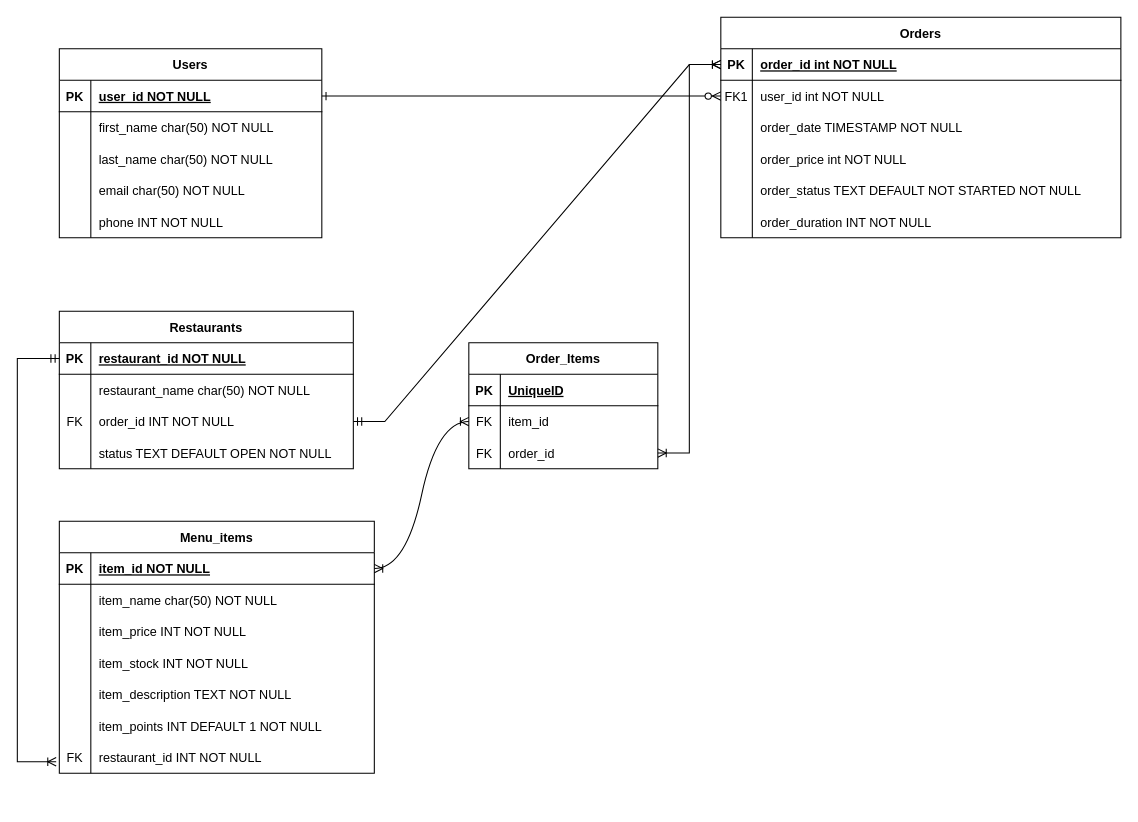
Earlier version of the draw.io diagram docs/ERD/Food-Pick-Up-ERD.drawio (nickidells97/Food-Pick-Up-App). Source tidied: cells renumbered, new cells numbered last; positions are measured from the earlier drawing's top-left corner, leaving out a move shared by most shapes. Both pictures are drawn from the tidied source at 105%, with x=0, y=0 at pixel (17, 17).
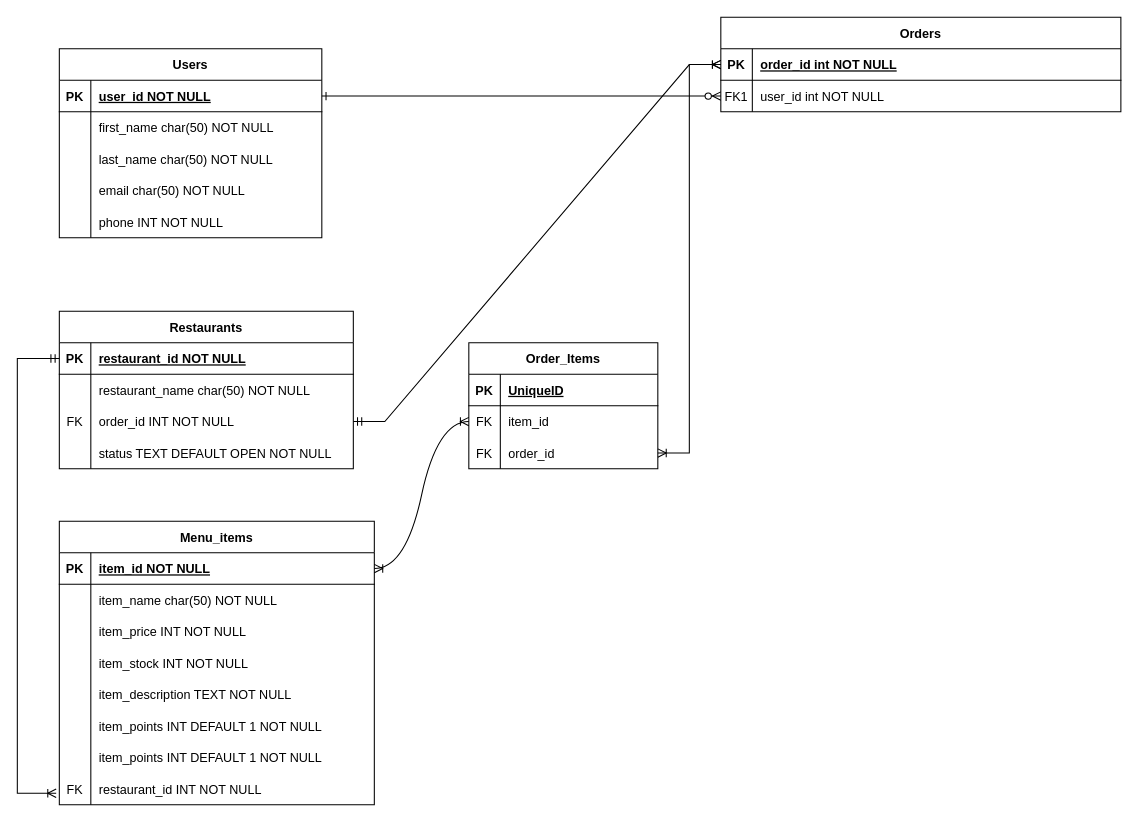
The same page after the edit.

Commit message (it also covers changes not shown here):
update schema for orders & ERD to match

Diff of the diagram source:
```diff
@@
     <mxCell id="3" value="Orders" style="shape=table;startSize=30;childLayout=tableLayout;rowLines=0;fontStyle=1;align=center;" parent="1" vertex="1">
-      <mxGeometry x="670" width="381" height="210" as="geometry" />
+      <mxGeometry x="670" width="381" height="90" as="geometry" />
     </mxCell>
@@
-    <mxCell id="10" style="shape=partialRectangle;fillColor=none;top=0;left=0;right=0;bottom=0;" parent="3" vertex="1">
-      <mxGeometry y="90" width="381" height="30" as="geometry" />
-    </mxCell>
-    <mxCell id="11" style="shape=partialRectangle;overflow=hidden;fillColor=none;top=0;left=0;bottom=0;right=0;" parent="10" vertex="1">
-      <mxGeometry width="30" height="30" as="geometry" />
-    </mxCell>
-    <mxCell id="12" value="order_date TIMESTAMP NOT NULL" style="shape=partialRectangle;overflow=hidden;fillColor=none;top=0;left=0;bottom=0;right=0;align=left;spacingLeft=6;" parent="10" vertex="1">
-      <mxGeometry x="30" width="351" height="30" as="geometry" />
-    </mxCell>
-    <mxCell id="13" style="shape=partialRectangle;fillColor=none;top=0;left=0;right=0;bottom=0;" parent="3" vertex="1">
-      <mxGeometry y="120" width="381" height="30" as="geometry" />
-    </mxCell>
-    <mxCell id="14" style="shape=partialRectangle;overflow=hidden;fillColor=none;top=0;left=0;bottom=0;right=0;" parent="13" vertex="1">
-      <mxGeometry width="30" height="30" as="geometry" />
-    </mxCell>
-    <mxCell id="15" value="order_price int NOT NULL" style="shape=partialRectangle;overflow=hidden;fillColor=none;top=0;left=0;bottom=0;right=0;align=left;spacingLeft=6;" parent="13" vertex="1">
-      <mxGeometry x="30" width="351" height="30" as="geometry" />
-    </mxCell>
-    <mxCell id="16" style="shape=partialRectangle;fillColor=none;top=0;left=0;right=0;bottom=0;" parent="3" vertex="1">
-      <mxGeometry y="150" width="381" height="30" as="geometry" />
-    </mxCell>
-    <mxCell id="17" style="shape=partialRectangle;overflow=hidden;fillColor=none;top=0;left=0;bottom=0;right=0;" parent="16" vertex="1">
-      <mxGeometry width="30" height="30" as="geometry" />
-    </mxCell>
-    <mxCell id="18" value="order_status TEXT DEFAULT NOT STARTED NOT NULL" style="shape=partialRectangle;overflow=hidden;fillColor=none;top=0;left=0;bottom=0;right=0;align=left;spacingLeft=6;" parent="16" vertex="1">
-      <mxGeometry x="30" width="351" height="30" as="geometry" />
-    </mxCell>
-    <mxCell id="19" style="shape=partialRectangle;fillColor=none;top=0;left=0;right=0;bottom=0;" parent="3" vertex="1">
-      <mxGeometry y="180" width="381" height="30" as="geometry" />
-    </mxCell>
-    <mxCell id="20" style="shape=partialRectangle;overflow=hidden;fillColor=none;top=0;left=0;bottom=0;right=0;" parent="19" vertex="1">
-      <mxGeometry width="30" height="30" as="geometry" />
-    </mxCell>
-    <mxCell id="21" value="order_duration INT NOT NULL" style="shape=partialRectangle;overflow=hidden;fillColor=none;top=0;left=0;bottom=0;right=0;align=left;spacingLeft=6;" parent="19" vertex="1">
-      <mxGeometry x="30" width="351" height="30" as="geometry" />
-    </mxCell>
@@
     <mxCell id="38" value="Menu_items" style="shape=table;startSize=30;childLayout=tableLayout;rowLines=0;fontStyle=1;align=center;" parent="1" vertex="1">
-      <mxGeometry x="40" y="480" width="300" height="240" as="geometry" />
+      <mxGeometry x="40" y="480" width="300" height="270" as="geometry" />
     </mxCell>
@@
+    <mxCell id="87" style="shape=tableRow;horizontal=0;startSize=0;swimlaneHead=0;swimlaneBody=0;fillColor=none;top=0;left=0;right=0;bottom=0;" parent="38" vertex="1">
+      <mxGeometry y="210" width="300" height="30" as="geometry" />
+    </mxCell>
+    <mxCell id="88" style="shape=partialRectangle;fillColor=none;top=0;left=0;bottom=0;right=0;overflow=hidden;" parent="87" vertex="1">
+      <mxGeometry width="30" height="30" as="geometry" />
+    </mxCell>
+    <mxCell id="89" value="item_points INT DEFAULT 1 NOT NULL" style="shape=partialRectangle;fillColor=none;top=0;left=0;bottom=0;right=0;align=left;spacingLeft=6;overflow=hidden;" parent="87" vertex="1">
+      <mxGeometry x="30" width="270" height="30" as="geometry" />
+    </mxCell>
     <mxCell id="57" style="shape=tableRow;horizontal=0;startSize=0;swimlaneHead=0;swimlaneBody=0;fillColor=none;points=[[0,0.5],[1,0.5]];portConstraint=eastwest;top=0;left=0;right=0;bottom=0;" parent="38" vertex="1">
-      <mxGeometry y="210" width="300" height="30" as="geometry" />
+      <mxGeometry y="240" width="300" height="30" as="geometry" />
     </mxCell>
```
